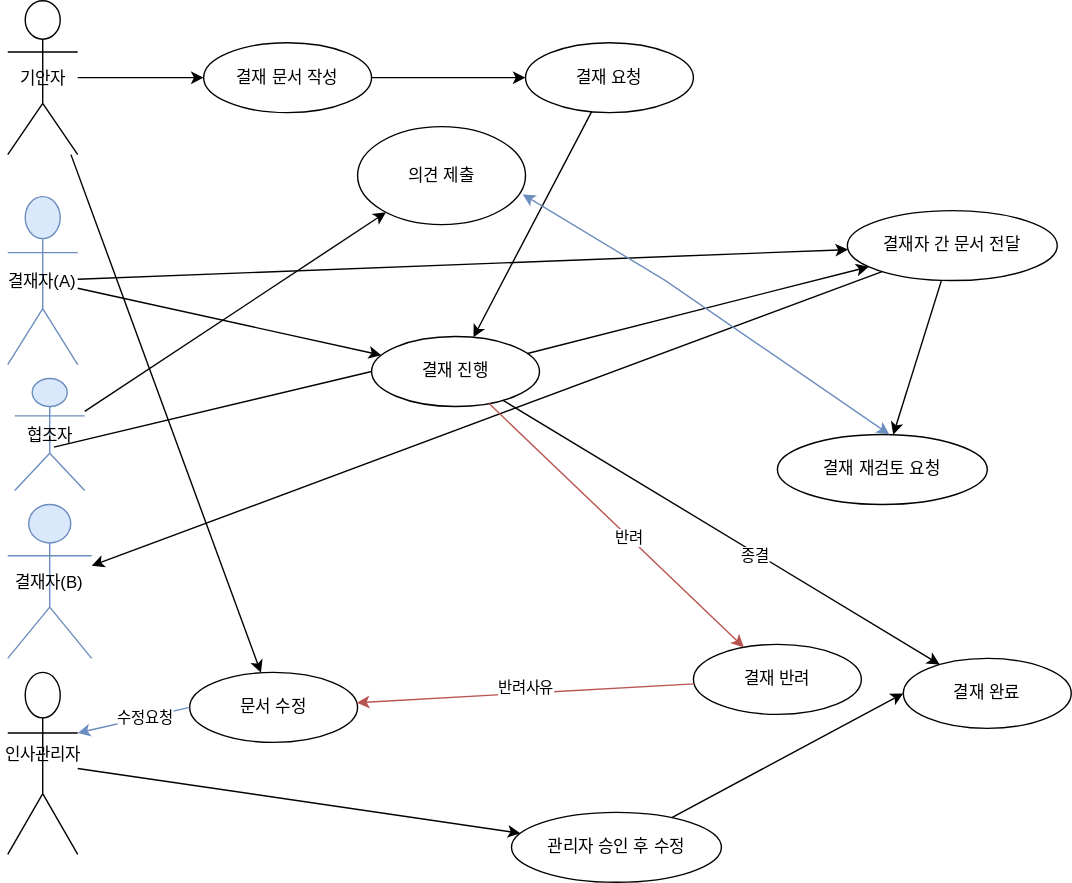
Earlier version of the draw.io export document/다이어그램 결재함관리2.drawio.svg (sunday1284/jsp_spring02). Source tidied: cells renumbered, new cells last; positions are measured from the earlier drawing's top-left corner, leaving out a move shared by most shapes.
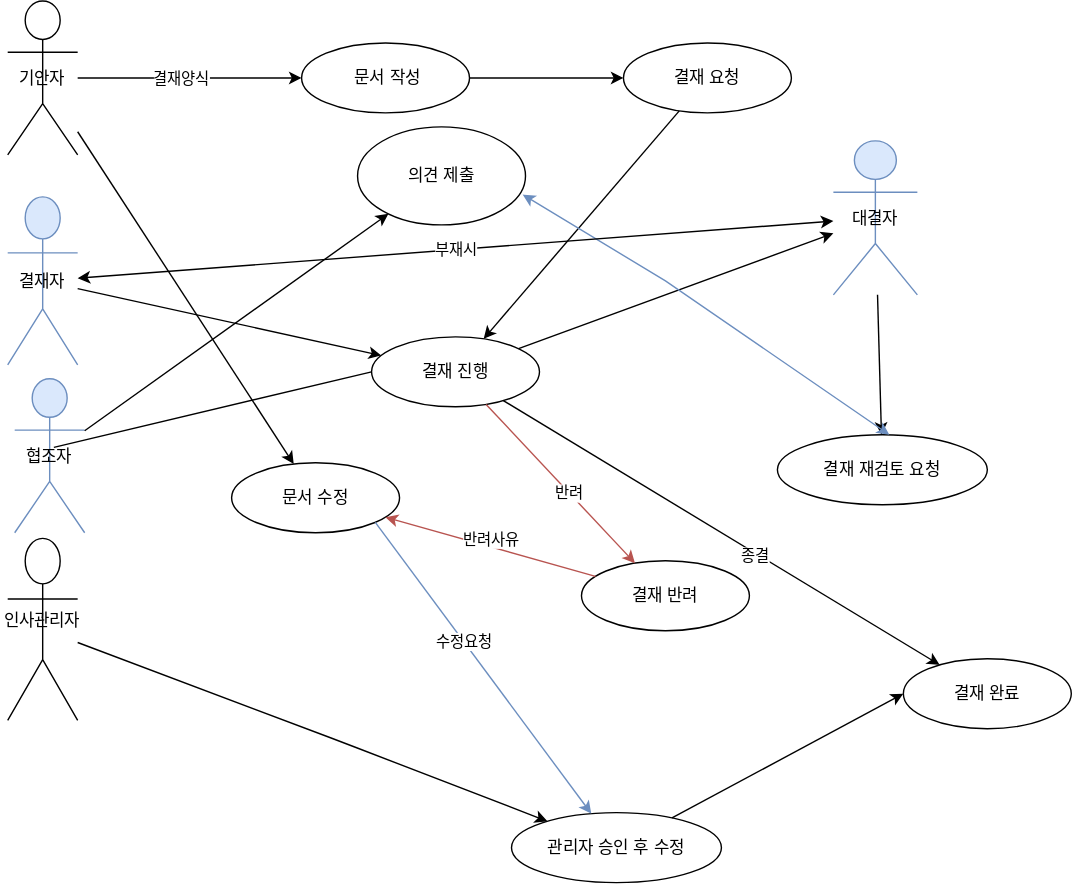
After the change.

Commit message:
다이어그램 결재함관리2.drawio.svg 업데이트

What changed in the source:
```diff
@@ -5,23 +5,28 @@
     <mxCell id="2" value="기안자" style="shape=umlActor;" parent="1" vertex="1">
       <mxGeometry width="50" height="110" as="geometry" />
     </mxCell>
-    <mxCell id="3" value="결재자(A)" style="shape=umlActor;fillColor=#dae8fc;strokeColor=#6c8ebf;" parent="1" vertex="1">
+    <mxCell id="3" value="결재자" style="shape=umlActor;fillColor=#dae8fc;strokeColor=#6c8ebf;" parent="1" vertex="1">
       <mxGeometry y="140" width="50" height="120" as="geometry" />
     </mxCell>
-    <mxCell id="4" value="결재자(B)" style="shape=umlActor;fillColor=#dae8fc;strokeColor=#6c8ebf;" parent="1" vertex="1">
-      <mxGeometry y="360" width="60" height="110" as="geometry" />
+    <mxCell id="4" value="대결자" style="shape=umlActor;fillColor=#dae8fc;strokeColor=#6c8ebf;" parent="1" vertex="1">
+      <mxGeometry x="590" y="100" width="60" height="110" as="geometry" />
     </mxCell>
     <mxCell id="5" value="인사관리자&#10;" style="shape=umlActor;" parent="1" vertex="1">
-      <mxGeometry y="480" width="50" height="130" as="geometry" />
+      <mxGeometry y="384" width="50" height="130" as="geometry" />
     </mxCell>
-    <mxCell id="6" value="결재 문서 작성" style="ellipse;whiteSpace=wrap;html=1;" parent="1" vertex="1">
-      <mxGeometry x="140" y="30" width="120" height="50" as="geometry" />
+    <mxCell id="6" value="&amp;nbsp;문서 작성" style="ellipse;whiteSpace=wrap;html=1;" parent="1" vertex="1">
+      <mxGeometry x="210" y="30" width="120" height="50" as="geometry" />
     </mxCell>
     <mxCell id="7" parent="1" edge="1" source="2" target="6">
       <mxGeometry relative="1" as="geometry" />
     </mxCell>
+    <mxCell id="39" value="결재양식" style="edgeLabel;html=1;align=center;verticalAlign=middle;" parent="7" vertex="1">
+      <mxGeometry x="-0.09" y="7" relative="1" as="geometry">
+        <mxPoint y="7" as="offset" />
+      </mxGeometry>
+    </mxCell>
     <mxCell id="8" value="결재 요청" style="ellipse;whiteSpace=wrap;html=1;" parent="1" vertex="1">
-      <mxGeometry x="370" y="30" width="120" height="50" as="geometry" />
+      <mxGeometry x="440" y="30" width="120" height="50" as="geometry" />
     </mxCell>
     <mxCell id="9" parent="1" edge="1" source="6" target="8">
       <mxGeometry relative="1" as="geometry" />
@@ -35,22 +40,13 @@
     <mxCell id="12" parent="1" edge="1" source="3" target="10">
       <mxGeometry relative="1" as="geometry" />
     </mxCell>
-    <mxCell id="13" value="결재자 간 문서 전달" style="ellipse;whiteSpace=wrap;html=1;" parent="1" vertex="1">
-      <mxGeometry x="600" y="150" width="150" height="50" as="geometry" />
-    </mxCell>
-    <mxCell id="14" parent="1" edge="1" source="10" target="13">
+    <mxCell id="14" parent="1" edge="1" source="10" target="4">
       <mxGeometry relative="1" as="geometry" />
     </mxCell>
-    <mxCell id="15" parent="1" edge="1" source="3" target="13">
-      <mxGeometry relative="1" as="geometry" />
-    </mxCell>
-    <mxCell id="16" parent="1" edge="1" source="13" target="4">
-      <mxGeometry relative="1" as="geometry" />
-    </mxCell>
     <mxCell id="17" value="결재 재검토 요청" style="ellipse;whiteSpace=wrap;html=1;" parent="1" vertex="1">
       <mxGeometry x="550" y="310" width="150" height="50" as="geometry" />
     </mxCell>
-    <mxCell id="18" parent="1" edge="1" source="13" target="17">
+    <mxCell id="18" parent="1" edge="1" source="4" target="17">
       <mxGeometry relative="1" as="geometry" />
     </mxCell>
     <mxCell id="19" value="결재 완료" style="ellipse;whiteSpace=wrap;html=1;" parent="1" vertex="1">
@@ -63,7 +59,7 @@
       <mxGeometry x="0.16" y="-2" relative="1" as="geometry" />
     </mxCell>
     <mxCell id="22" value="결재 반려" style="ellipse;whiteSpace=wrap;html=1;" parent="1" vertex="1">
-      <mxGeometry x="490" y="460" width="120" height="50" as="geometry" />
+      <mxGeometry x="410" y="400" width="120" height="50" as="geometry" />
     </mxCell>
     <mxCell id="23" style="fillColor=#f8cecc;strokeColor=#b85450;" parent="1" edge="1" source="10" target="22">
       <mxGeometry relative="1" as="geometry" />
@@ -72,7 +68,7 @@
       <mxGeometry x="0.1" relative="1" as="geometry" />
     </mxCell>
     <mxCell id="25" value="문서 수정" style="ellipse;whiteSpace=wrap;html=1;" parent="1" vertex="1">
-      <mxGeometry x="130" y="480" width="120" height="50" as="geometry" />
+      <mxGeometry x="160" y="330" width="120" height="50" as="geometry" />
     </mxCell>
     <mxCell id="26" parent="1" edge="1" source="2" target="25">
       <mxGeometry relative="1" as="geometry" />
@@ -88,17 +84,21 @@
     <mxCell id="29" value="관리자 승인 후 수정" style="ellipse;whiteSpace=wrap;html=1;" parent="1" vertex="1">
       <mxGeometry x="360" y="580" width="150" height="50" as="geometry" />
     </mxCell>
-    <mxCell id="30" style="fillColor=#dae8fc;strokeColor=#6c8ebf;exitX=0;exitY=0.5;exitDx=0;exitDy=0;entryX=1;entryY=0.3333333333333333;entryDx=0;entryDy=0;entryPerimeter=0;" parent="1" edge="1" source="25" target="5">
+    <mxCell id="30" style="fillColor=#dae8fc;strokeColor=#6c8ebf;exitX=1;exitY=1;exitDx=0;exitDy=0;" parent="1" edge="1" source="25" target="29">
       <mxGeometry relative="1" as="geometry" />
     </mxCell>
     <mxCell id="31" value="수정요청" style="edgeLabel;html=1;align=center;verticalAlign=middle;" parent="30" vertex="1">
       <mxGeometry x="-0.19" relative="1" as="geometry" />
     </mxCell>
     <mxCell id="32" parent="1" edge="1" source="5" target="29">
-      <mxGeometry relative="1" as="geometry" />
+      <mxGeometry relative="1" as="geometry">
+        <Array as="points">
+          <mxPoint x="240" y="530" />
+        </Array>
+      </mxGeometry>
     </mxCell>
     <mxCell id="33" value="협조자" style="shape=umlActor;fillColor=#dae8fc;strokeColor=#6c8ebf;" parent="1" vertex="1">
-      <mxGeometry x="5" y="270" width="50" height="80" as="geometry" />
+      <mxGeometry x="5" y="270" width="50" height="110" as="geometry" />
     </mxCell>
     <mxCell id="34" value="의견 제출" style="ellipse;whiteSpace=wrap;html=1;" parent="1" vertex="1">
       <mxGeometry x="250" y="90" width="120" height="70" as="geometry" />
@@ -106,8 +106,10 @@
     <mxCell id="35" style="endArrow=classic;html=1;rounded=0;" parent="1" edge="1" source="33" target="34">
       <mxGeometry relative="1" as="geometry" />
     </mxCell>
-    <mxCell id="36" style="endArrow=none;html=1;rounded=0;exitX=0.56;exitY=0.613;exitDx=0;exitDy=0;exitPerimeter=0;entryX=0;entryY=0.5;entryDx=0;entryDy=0;" parent="1" edge="1" source="33" target="10">
-      <mxGeometry relative="1" as="geometry" />
+    <mxCell id="36" style="endArrow=none;html=1;rounded=0;entryX=0;entryY=0.5;entryDx=0;entryDy=0;" parent="1" edge="1" target="10">
+      <mxGeometry relative="1" as="geometry">
+        <mxPoint x="33" y="319" as="sourcePoint" />
+      </mxGeometry>
     </mxCell>
     <mxCell id="37" style="endArrow=classic;startArrow=classic;html=1;rounded=0;exitX=0.983;exitY=0.691;exitDx=0;exitDy=0;exitPerimeter=0;fillColor=#dae8fc;strokeColor=#6c8ebf;" parent="1" edge="1" source="34">
       <mxGeometry relative="1" as="geometry">
@@ -120,5 +122,8 @@
     <mxCell id="38" style="endArrow=classic;html=1;rounded=0;entryX=0;entryY=0.5;entryDx=0;entryDy=0;" parent="1" edge="1" source="29" target="19">
       <mxGeometry relative="1" as="geometry" />
     </mxCell>
+    <mxCell id="40" value="부재시" style="endArrow=classic;startArrow=classic;html=1;rounded=0;" parent="1" edge="1" source="3" target="4">
+      <mxGeometry relative="1" as="geometry" />
+    </mxCell>
   </root>
 </mxGraphModel>
```
